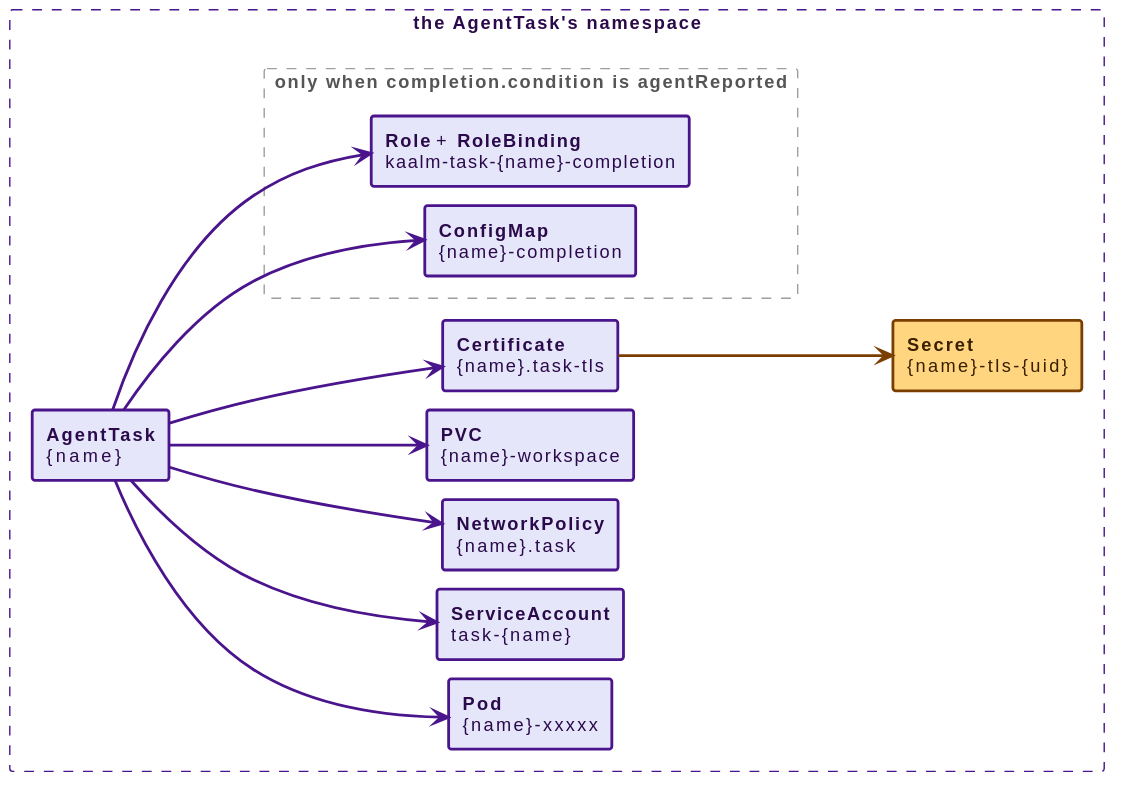
win07xp/kaalm keeps this PlantUML diagram as docs/src/diagrams/child-resource-ownership-task.svg. Above is the earlier version.
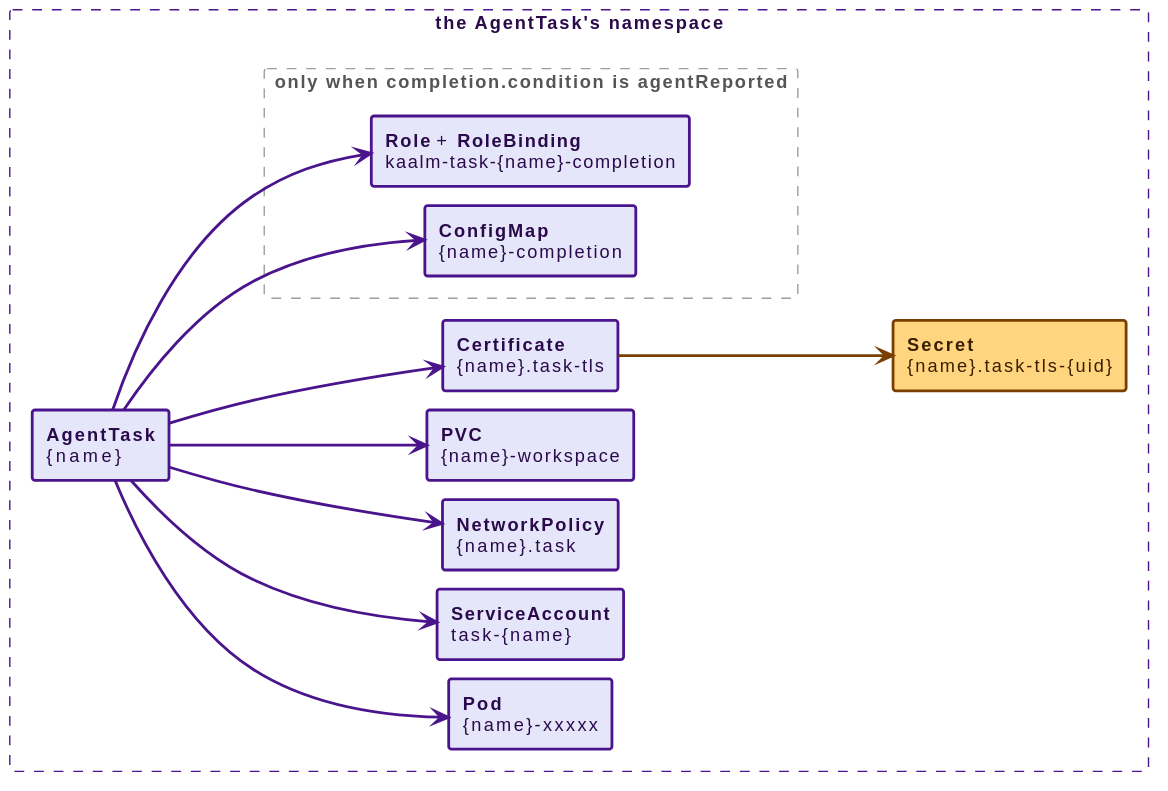
The same diagram one commit later.

Commit message:
docs: name a task's TLS Secret with the .task qualifier

The edit, as a diff of the source:
```diff
@@ -15,7 +15,7 @@
   rectangle "**NetworkPolicy**\n{name}.task" as np #back:E6E6FA;line:4A148C;line.bold;text:2a0a4a
   rectangle "**PVC**\n{name}-workspace" as pvc #back:E6E6FA;line:4A148C;line.bold;text:2a0a4a
   rectangle "**Certificate**\n{name}.task-tls" as cert #back:E6E6FA;line:4A148C;line.bold;text:2a0a4a
-  rectangle "**Secret**\n{name}-tls-{uid}" as secret #back:FFD580;line:7a3f00;line.bold;text:3a1f00
+  rectangle "**Secret**\n{name}.task-tls-{uid}" as secret #back:FFD580;line:7a3f00;line.bold;text:3a1f00
   rectangle "only when completion.condition is agentReported" as reported #line:9E9E9E;line.dashed;text:555555 {
     rectangle "**ConfigMap**\n{name}-completion" as cm #back:E6E6FA;line:4A148C;line.bold;text:2a0a4a
     rectangle "**Role** + **RoleBinding**\nkaalm-task-{name}-completion" as rbac #back:E6E6FA;line:4A148C;line.bold;text:2a0a4a
```
